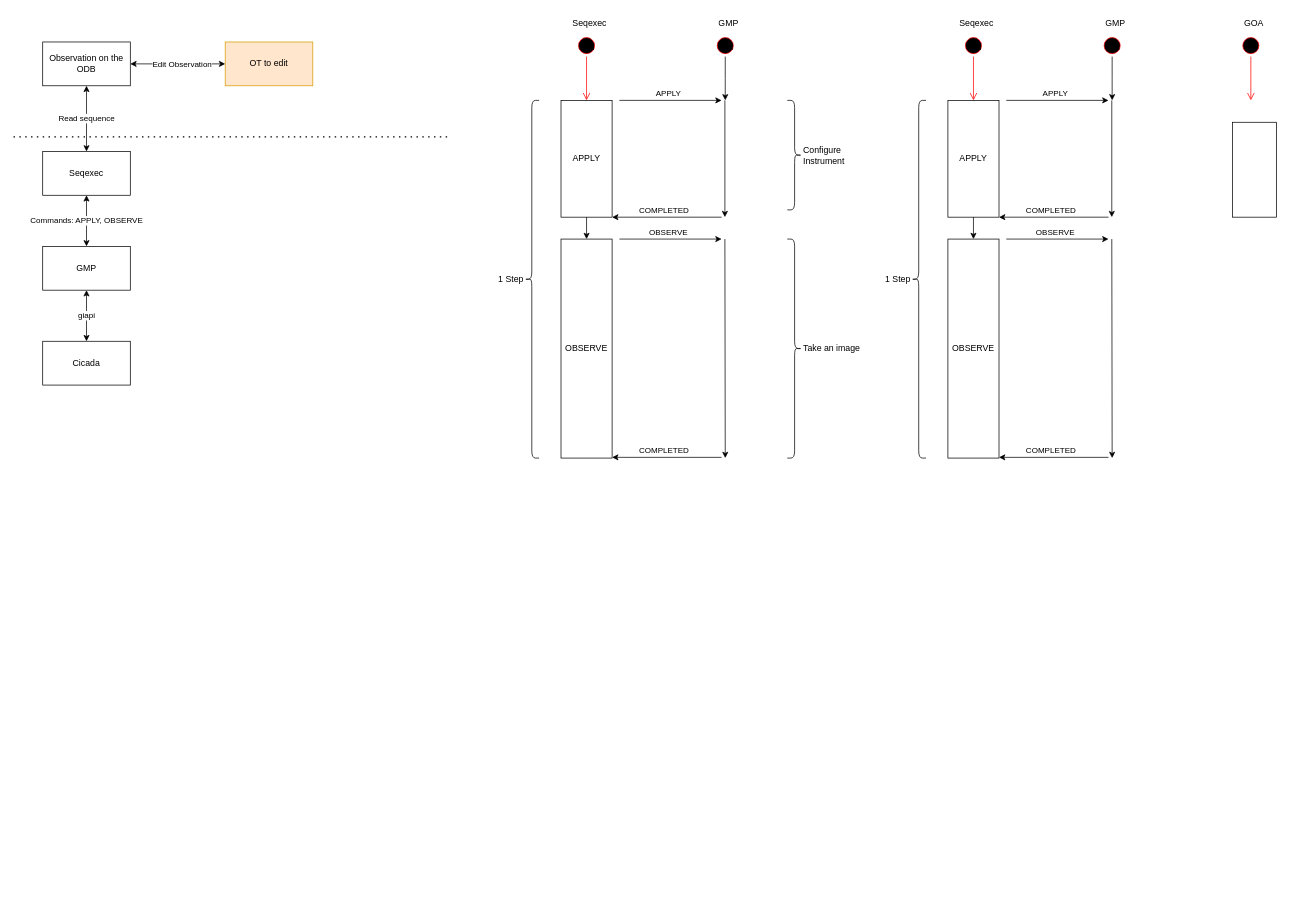
Before: src/Untitled Diagram.drawio in cquiroz/assignable, a draw.io diagram. Source tidied: cells renumbered, new cells numbered last; positions are measured from the earlier drawing's top-left corner, leaving out a move shared by most shapes. Both pictures are drawn from the tidied source at 73%, with x=0, y=0 at pixel (13, 12).
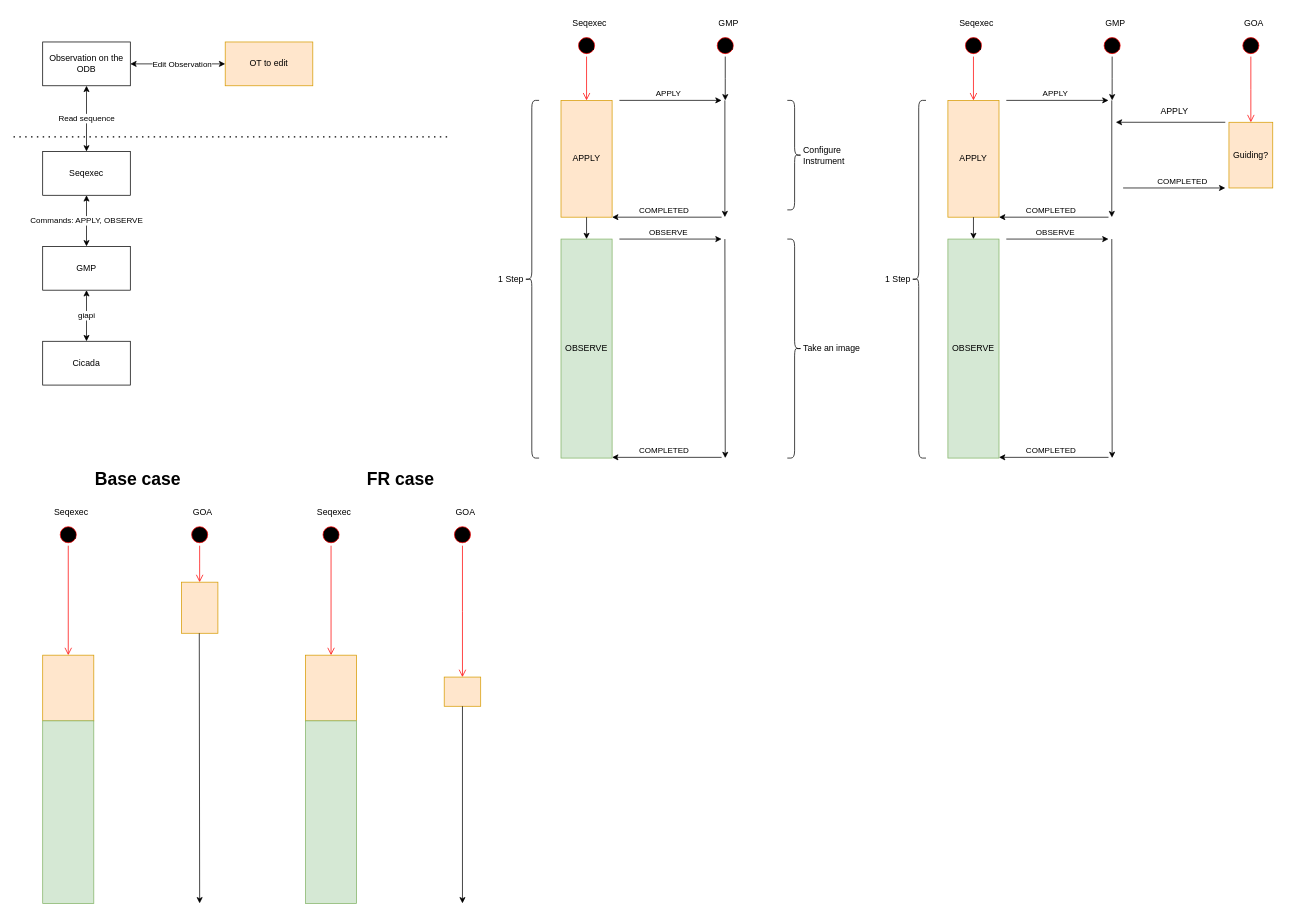
After the change.

Unchanged cells that the change refers to:
```xml
<mxCell id="55" style="ellipse;html=1;shape=startState;fillColor=#000000;strokeColor=#ff0000;" parent="1" vertex="1">
  <mxGeometry x="1680" y="30" width="30" height="30" as="geometry" />
</mxCell>
```

The edit, as a diff of the source:
```diff
@@
-    <mxCell id="15" value="APPLY" style="rounded=0;whiteSpace=wrap;html=1;" parent="1" vertex="1">
+    <mxCell id="15" value="APPLY" style="rounded=0;whiteSpace=wrap;html=1;fillColor=#ffe6cc;strokeColor=#d79b00;" parent="1" vertex="1">
       <mxGeometry x="750" y="120" width="70" height="160" as="geometry" />
     </mxCell>
-    <mxCell id="16" value="OBSERVE" style="rounded=0;whiteSpace=wrap;html=1;direction=west;" parent="1" vertex="1">
+    <mxCell id="16" value="OBSERVE" style="rounded=0;whiteSpace=wrap;html=1;direction=west;fillColor=#d5e8d4;strokeColor=#82b366;" parent="1" vertex="1">
       <mxGeometry x="750" y="310" width="70" height="300" as="geometry" />
     </mxCell>
@@
-    <mxCell id="37" value="APPLY" style="rounded=0;whiteSpace=wrap;html=1;" parent="1" vertex="1">
+    <mxCell id="37" value="APPLY" style="rounded=0;whiteSpace=wrap;html=1;fillColor=#ffe6cc;strokeColor=#d79b00;" parent="1" vertex="1">
       <mxGeometry x="1280" y="120" width="70" height="160" as="geometry" />
     </mxCell>
-    <mxCell id="38" value="OBSERVE" style="rounded=0;whiteSpace=wrap;html=1;direction=west;" parent="1" vertex="1">
+    <mxCell id="38" value="OBSERVE" style="rounded=0;whiteSpace=wrap;html=1;direction=west;fillColor=#d5e8d4;strokeColor=#82b366;" parent="1" vertex="1">
       <mxGeometry x="1280" y="310" width="70" height="300" as="geometry" />
     </mxCell>
@@
     <mxCell id="56" style="edgeStyle=orthogonalEdgeStyle;html=1;verticalAlign=bottom;endArrow=open;endSize=8;strokeColor=#ff0000;rounded=0;" parent="1" edge="1" source="55">
       <mxGeometry relative="1" as="geometry">
-        <mxPoint x="1695" y="120" as="targetPoint" />
+        <mxPoint x="1695" y="150" as="targetPoint" />
       </mxGeometry>
     </mxCell>
@@
-    <mxCell id="58" style="rounded=0;whiteSpace=wrap;html=1;" parent="1" vertex="1">
-      <mxGeometry x="1670" y="150" width="60" height="130" as="geometry" />
+    <mxCell id="58" value="Guiding?" style="rounded=0;whiteSpace=wrap;html=1;fillColor=#ffe6cc;strokeColor=#d79b00;" parent="1" vertex="1">
+      <mxGeometry x="1665" y="150" width="60" height="90" as="geometry" />
     </mxCell>
+    <mxCell id="59" style="endArrow=classic;html=1;rounded=0;" parent="1" edge="1">
+      <mxGeometry relative="1" as="geometry">
+        <mxPoint x="1660" y="150" as="sourcePoint" />
+        <mxPoint x="1510" y="150" as="targetPoint" />
+      </mxGeometry>
+    </mxCell>
+    <mxCell id="60" style="endArrow=classic;html=1;rounded=0;" parent="1" edge="1">
+      <mxGeometry relative="1" as="geometry">
+        <mxPoint x="1520" y="240" as="sourcePoint" />
+        <mxPoint x="1660" y="240" as="targetPoint" />
+      </mxGeometry>
+    </mxCell>
+    <mxCell id="61" value="COMPLETED" style="edgeLabel;html=1;align=center;verticalAlign=middle;" parent="60" vertex="1">
+      <mxGeometry x="0.39" y="2" relative="1" as="geometry">
+        <mxPoint x="-17" y="-8" as="offset" />
+      </mxGeometry>
+    </mxCell>
+    <mxCell id="62" value="APPLY" style="text;html=1;align=center;verticalAlign=middle;strokeColor=none;fillColor=none;" parent="1" vertex="1">
+      <mxGeometry x="1560" y="120" width="60" height="30" as="geometry" />
+    </mxCell>
+    <mxCell id="63" style="group;" parent="1" vertex="1">
+      <mxGeometry x="40" y="670" width="280" height="550" as="geometry" />
+    </mxCell>
+    <mxCell id="64" value="Seq" style="ellipse;html=1;shape=startState;fillColor=#000000;strokeColor=#ff0000;" parent="63" vertex="1">
+      <mxGeometry x="20" y="30" width="30" height="30" as="geometry" />
+    </mxCell>
+    <mxCell id="65" style="edgeStyle=orthogonalEdgeStyle;html=1;verticalAlign=bottom;endArrow=open;endSize=8;strokeColor=#ff0000;rounded=0;entryX=0.5;entryY=1;entryDx=0;entryDy=0;" parent="63" edge="1" source="64" target="69">
+      <mxGeometry relative="1" as="geometry" />
+    </mxCell>
+    <mxCell id="66" value="Seqexec" style="text;strokeColor=none;fillColor=none;align=left;verticalAlign=middle;spacingLeft=4;spacingRight=4;overflow=hidden;whiteSpace=wrap;html=1;" parent="63" vertex="1">
+      <mxGeometry x="10" width="80" height="30" as="geometry" />
+    </mxCell>
+    <mxCell id="67" style="ellipse;html=1;shape=startState;fillColor=#000000;strokeColor=#ff0000;" parent="63" vertex="1">
+      <mxGeometry x="200" y="30" width="30" height="30" as="geometry" />
+    </mxCell>
+    <mxCell id="68" style="edgeStyle=orthogonalEdgeStyle;html=1;verticalAlign=bottom;endArrow=open;endSize=8;strokeColor=#ff0000;rounded=0;" parent="63" edge="1" source="67">
+      <mxGeometry relative="1" as="geometry">
+        <mxPoint x="215" y="110" as="targetPoint" />
+      </mxGeometry>
+    </mxCell>
+    <mxCell id="69" style="rounded=0;whiteSpace=wrap;html=1;direction=west;fillColor=#ffe6cc;strokeColor=#d79b00;" parent="63" vertex="1">
+      <mxGeometry y="210" width="70" height="90" as="geometry" />
+    </mxCell>
+    <mxCell id="70" value="GOA" style="text;strokeColor=none;fillColor=none;align=left;verticalAlign=middle;spacingLeft=4;spacingRight=4;overflow=hidden;whiteSpace=wrap;html=1;" parent="63" vertex="1">
+      <mxGeometry x="200" width="80" height="30" as="geometry" />
+    </mxCell>
+    <mxCell id="71" style="rounded=0;whiteSpace=wrap;html=1;fillColor=#ffe6cc;strokeColor=#d79b00;" parent="63" vertex="1">
+      <mxGeometry x="190" y="110" width="50" height="70" as="geometry" />
+    </mxCell>
+    <mxCell id="72" style="endArrow=classic;html=1;rounded=0;" parent="63" edge="1">
+      <mxGeometry relative="1" as="geometry">
+        <mxPoint x="214.5" y="180" as="sourcePoint" />
+        <mxPoint x="215" y="550" as="targetPoint" />
+      </mxGeometry>
+    </mxCell>
+    <mxCell id="73" style="rounded=0;whiteSpace=wrap;html=1;direction=west;fillColor=#d5e8d4;strokeColor=#82b366;" parent="63" vertex="1">
+      <mxGeometry y="300" width="70" height="250" as="geometry" />
+    </mxCell>
+    <mxCell id="74" value="Base case" style="text;strokeColor=none;fillColor=none;html=1;fontSize=24;fontStyle=1;verticalAlign=middle;align=center;" parent="1" vertex="1">
+      <mxGeometry x="120" y="620" width="100" height="40" as="geometry" />
+    </mxCell>
+    <mxCell id="75" style="group;" parent="1" vertex="1">
+      <mxGeometry x="400" y="670" width="280" height="550" as="geometry" />
+    </mxCell>
+    <mxCell id="76" value="Seq" style="ellipse;html=1;shape=startState;fillColor=#000000;strokeColor=#ff0000;" parent="75" vertex="1">
+      <mxGeometry x="20" y="30" width="30" height="30" as="geometry" />
+    </mxCell>
+    <mxCell id="77" style="edgeStyle=orthogonalEdgeStyle;html=1;verticalAlign=bottom;endArrow=open;endSize=8;strokeColor=#ff0000;rounded=0;entryX=0.5;entryY=1;entryDx=0;entryDy=0;" parent="75" edge="1" source="76" target="81">
+      <mxGeometry relative="1" as="geometry" />
+    </mxCell>
+    <mxCell id="78" value="Seqexec" style="text;strokeColor=none;fillColor=none;align=left;verticalAlign=middle;spacingLeft=4;spacingRight=4;overflow=hidden;whiteSpace=wrap;html=1;" parent="75" vertex="1">
+      <mxGeometry x="10" width="80" height="30" as="geometry" />
+    </mxCell>
+    <mxCell id="79" style="ellipse;html=1;shape=startState;fillColor=#000000;strokeColor=#ff0000;" parent="75" vertex="1">
+      <mxGeometry x="200" y="30" width="30" height="30" as="geometry" />
+    </mxCell>
+    <mxCell id="80" style="edgeStyle=orthogonalEdgeStyle;html=1;verticalAlign=bottom;endArrow=open;endSize=8;strokeColor=#ff0000;rounded=0;" parent="75" edge="1" source="79">
+      <mxGeometry relative="1" as="geometry">
+        <mxPoint x="215" y="240" as="targetPoint" />
+      </mxGeometry>
+    </mxCell>
+    <mxCell id="81" style="rounded=0;whiteSpace=wrap;html=1;direction=west;fillColor=#ffe6cc;strokeColor=#d79b00;" parent="75" vertex="1">
+      <mxGeometry y="210" width="70" height="90" as="geometry" />
+    </mxCell>
+    <mxCell id="82" value="GOA" style="text;strokeColor=none;fillColor=none;align=left;verticalAlign=middle;spacingLeft=4;spacingRight=4;overflow=hidden;whiteSpace=wrap;html=1;" parent="75" vertex="1">
+      <mxGeometry x="200" width="80" height="30" as="geometry" />
+    </mxCell>
+    <mxCell id="83" style="rounded=0;whiteSpace=wrap;html=1;fillColor=#ffe6cc;strokeColor=#d79b00;" parent="75" vertex="1">
+      <mxGeometry x="190" y="240" width="50" height="40" as="geometry" />
+    </mxCell>
+    <mxCell id="84" style="endArrow=classic;html=1;rounded=0;" parent="75" edge="1">
+      <mxGeometry relative="1" as="geometry">
+        <mxPoint x="215" y="280" as="sourcePoint" />
+        <mxPoint x="215" y="550" as="targetPoint" />
+      </mxGeometry>
+    </mxCell>
+    <mxCell id="85" style="rounded=0;whiteSpace=wrap;html=1;direction=west;fillColor=#d5e8d4;strokeColor=#82b366;" parent="75" vertex="1">
+      <mxGeometry y="300" width="70" height="250" as="geometry" />
+    </mxCell>
+    <mxCell id="86" value="FR case" style="text;strokeColor=none;fillColor=none;html=1;fontSize=24;fontStyle=1;verticalAlign=middle;align=center;" parent="1" vertex="1">
+      <mxGeometry x="480" y="620" width="100" height="40" as="geometry" />
+    </mxCell>
```
